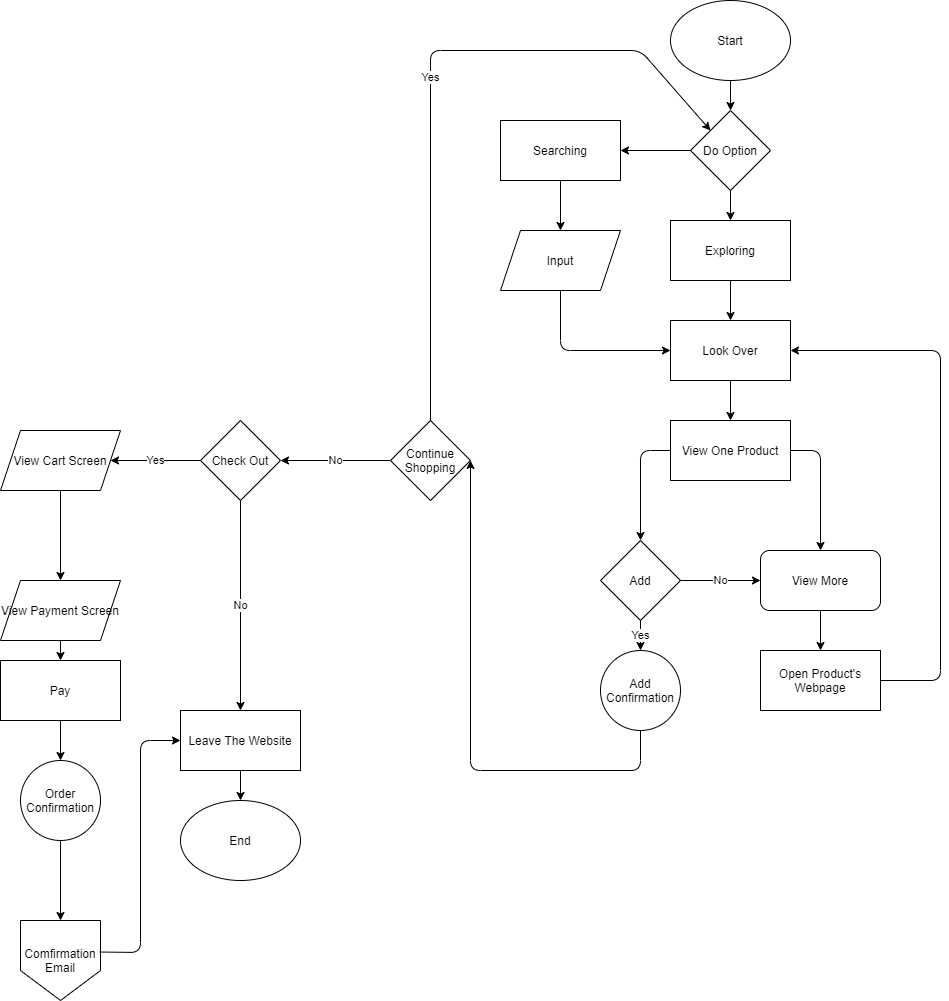
Earlier version of the draw.io export explore/diagramming/diagram.drawio.png (BinnYEver/fa21-cse110-lab4). Source tidied: cells renumbered, new cells last; positions are measured from the earlier drawing's top-left corner, leaving out a move shared by most shapes.
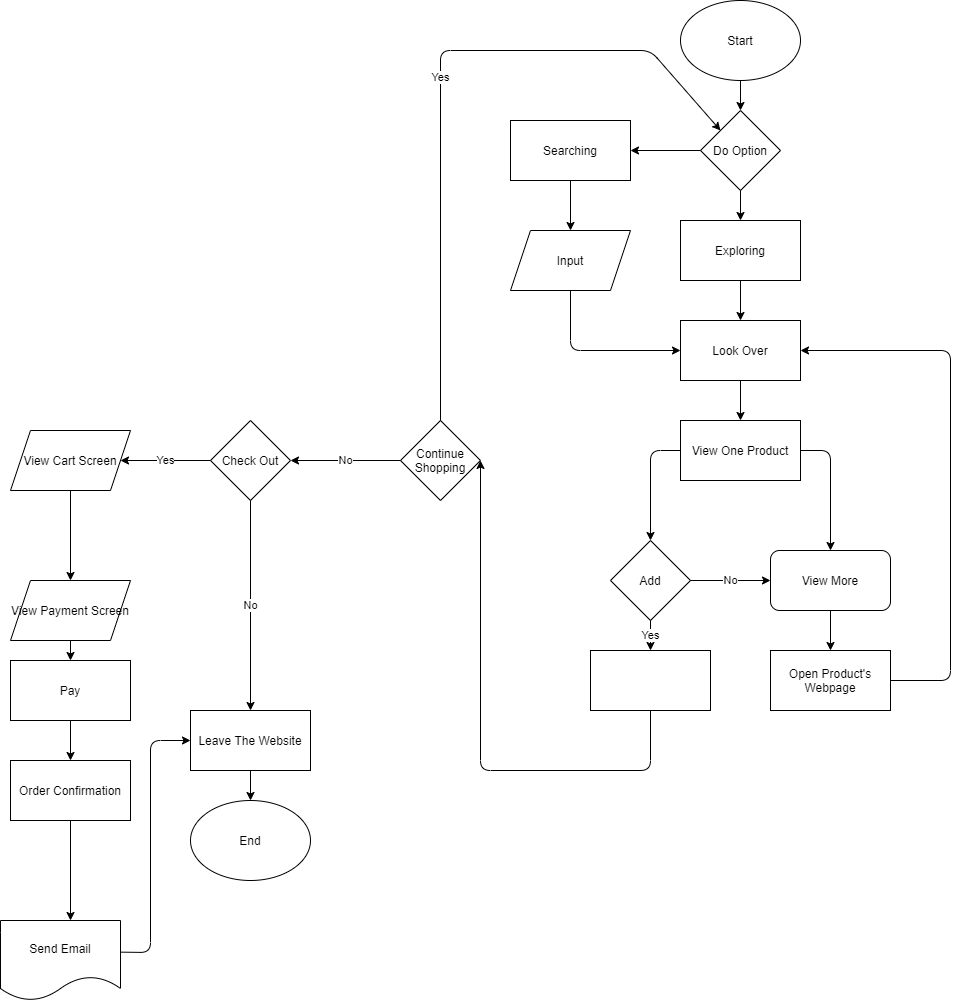
After the commit.

Diff of the diagram source:
```diff
@@ -53,15 +53,6 @@
     <mxCell id="18" value="Pay" style="rounded=0;whiteSpace=wrap;html=1;" parent="1" vertex="1">
       <mxGeometry y="660" width="120" height="60" as="geometry" />
     </mxCell>
-    <mxCell id="19" value="Comfirmation Email" style="shape=offPageConnector;whiteSpace=wrap;html=1;" parent="1" vertex="1">
-      <mxGeometry x="20" y="920" width="80" height="80" as="geometry" />
-    </mxCell>
-    <mxCell id="20" value="Order Confirmation" style="ellipse;whiteSpace=wrap;html=1;" parent="1" vertex="1">
-      <mxGeometry x="20" y="760" width="80" height="80" as="geometry" />
-    </mxCell>
-    <mxCell id="21" value="Add Confirmation" style="ellipse;whiteSpace=wrap;html=1;" parent="1" vertex="1">
-      <mxGeometry x="600" y="650" width="80" height="80" as="geometry" />
-    </mxCell>
     <mxCell id="22" style="endArrow=classic;html=1;verticalAlign=middle;exitX=0.5;exitY=1;exitDx=0;exitDy=0;entryX=0.5;entryY=0;entryDx=0;entryDy=0;" parent="1" edge="1" source="2" target="4">
       <mxGeometry relative="1" as="geometry" />
     </mxCell>
@@ -128,7 +119,7 @@
         <mxPoint x="640" y="650" as="targetPoint" />
       </mxGeometry>
     </mxCell>
-    <mxCell id="35" style="endArrow=classic;html=1;verticalAlign=middle;exitX=0.5;exitY=1;exitDx=0;exitDy=0;entryX=1;entryY=0.5;entryDx=0;entryDy=0;" parent="1" edge="1" source="21" target="11">
+    <mxCell id="35" style="endArrow=classic;html=1;verticalAlign=middle;exitX=0.5;exitY=1;exitDx=0;exitDy=0;entryX=1;entryY=0.5;entryDx=0;entryDy=0;" parent="1" edge="1" source="47" target="11">
       <mxGeometry relative="1" as="geometry">
         <Array as="points">
           <mxPoint x="640" y="770" />
@@ -139,19 +130,24 @@
     <mxCell id="36" style="endArrow=classic;html=1;verticalAlign=middle;exitX=0.5;exitY=1;exitDx=0;exitDy=0;entryX=0.5;entryY=0;entryDx=0;entryDy=0;" parent="1" edge="1" source="15" target="3">
       <mxGeometry relative="1" as="geometry" />
     </mxCell>
-    <mxCell id="37" style="endArrow=classic;html=1;verticalAlign=middle;exitX=0.99;exitY=0.394;exitDx=0;exitDy=0;exitPerimeter=0;entryX=0;entryY=0.5;entryDx=0;entryDy=0;" parent="1" edge="1" source="19" target="15">
+    <mxCell id="37" style="endArrow=classic;html=1;verticalAlign=middle;exitX=0.99;exitY=0.394;exitDx=0;exitDy=0;exitPerimeter=0;entryX=0;entryY=0.5;entryDx=0;entryDy=0;" parent="1" edge="1" target="15">
       <mxGeometry relative="1" as="geometry">
+        <mxPoint x="99.2" y="951.5" as="sourcePoint" />
         <Array as="points">
           <mxPoint x="140" y="952" />
           <mxPoint x="140" y="740" />
         </Array>
       </mxGeometry>
     </mxCell>
-    <mxCell id="38" style="endArrow=classic;html=1;verticalAlign=middle;exitX=0.5;exitY=1;exitDx=0;exitDy=0;entryX=0.5;entryY=0;entryDx=0;entryDy=0;" parent="1" edge="1" source="20" target="19">
-      <mxGeometry relative="1" as="geometry" />
+    <mxCell id="38" style="endArrow=classic;html=1;verticalAlign=middle;exitX=0.5;exitY=1;exitDx=0;exitDy=0;entryX=0.5;entryY=0;entryDx=0;entryDy=0;" parent="1" edge="1" source="20">
+      <mxGeometry relative="1" as="geometry">
+        <mxPoint x="60" y="920" as="targetPoint" />
+      </mxGeometry>
     </mxCell>
-    <mxCell id="39" style="endArrow=classic;html=1;verticalAlign=middle;exitX=0.5;exitY=1;exitDx=0;exitDy=0;entryX=0.5;entryY=0;entryDx=0;entryDy=0;" parent="1" edge="1" source="18" target="20">
-      <mxGeometry relative="1" as="geometry" />
+    <mxCell id="39" style="endArrow=classic;html=1;verticalAlign=middle;exitX=0.5;exitY=1;exitDx=0;exitDy=0;entryX=0.5;entryY=0;entryDx=0;entryDy=0;" parent="1" edge="1" source="18">
+      <mxGeometry relative="1" as="geometry">
+        <mxPoint x="60" y="760" as="targetPoint" />
+      </mxGeometry>
     </mxCell>
     <mxCell id="40" style="endArrow=classic;html=1;verticalAlign=middle;entryX=0.5;entryY=0;entryDx=0;entryDy=0;exitX=0.5;exitY=1;exitDx=0;exitDy=0;" parent="1" edge="1" source="17" target="18">
       <mxGeometry relative="1" as="geometry" />
@@ -171,5 +167,14 @@
     <mxCell id="45" value="No" style="endArrow=classic;html=1;exitX=1;exitY=0.5;exitDx=0;exitDy=0;entryX=0;entryY=0.5;entryDx=0;entryDy=0;" parent="1" edge="1" source="9" target="8">
       <mxGeometry relative="1" as="geometry" />
     </mxCell>
+    <mxCell id="20" value="Order Confirmation" style="rounded=0;whiteSpace=wrap;html=1;" parent="1" vertex="1">
+      <mxGeometry y="760" width="120" height="60" as="geometry" />
+    </mxCell>
+    <mxCell id="46" value="Send Email" style="shape=document;whiteSpace=wrap;html=1;boundedLbl=1;" parent="1" vertex="1">
+      <mxGeometry x="-10" y="920" width="120" height="80" as="geometry" />
+    </mxCell>
+    <mxCell id="47" style="rounded=0;whiteSpace=wrap;html=1;" parent="1" vertex="1">
+      <mxGeometry x="580" y="650" width="120" height="60" as="geometry" />
+    </mxCell>
   </root>
 </mxGraphModel>
```
